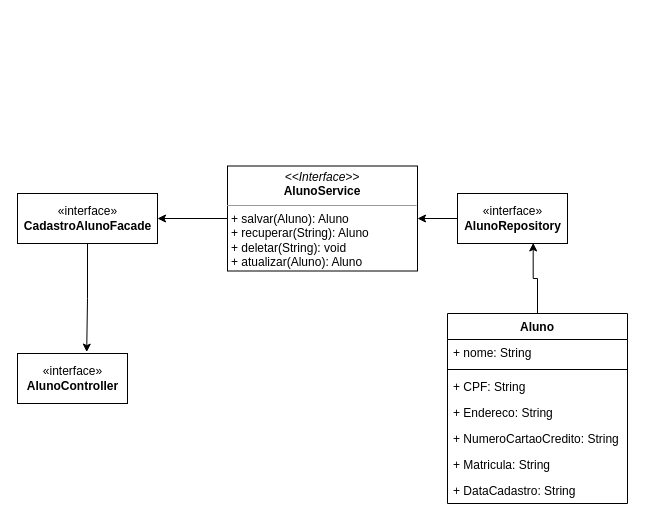
Before: docs/design/cadastrar-aluno.drawio in ronaldofarrapo/rest-api-mongodb, a draw.io diagram. Source tidied: cells renumbered, new cells numbered last; positions are measured from the earlier drawing's top-left corner, leaving out a move shared by most shapes. Both pictures are drawn from the tidied source at 100%, with x=0, y=0 at pixel (17, 165).
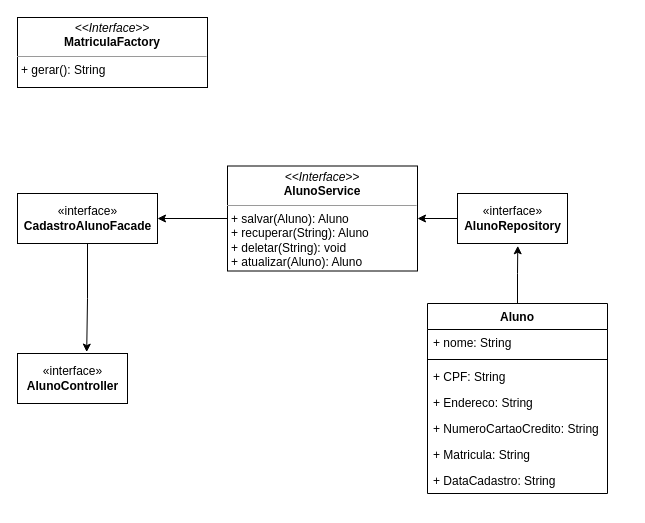
The same diagram, later.

What changed in the source:
```diff
@@
 <mxGraphModel>
   <root>
     <mxCell id="0" />
     <mxCell id="1" parent="0" />
-    <mxCell id="2" style="edgeStyle=orthogonalEdgeStyle;rounded=0;jettySize=auto;html=1;entryX=0.688;entryY=0.989;entryDx=0;entryDy=0;entryPerimeter=0;" parent="1" edge="1" source="3" target="12">
+    <mxCell id="2" style="edgeStyle=orthogonalEdgeStyle;rounded=0;jettySize=auto;html=1;entryX=0.548;entryY=1.046;entryDx=0;entryDy=0;entryPerimeter=0;" parent="1" edge="1" source="3" target="12">
       <mxGeometry relative="1" as="geometry" />
     </mxCell>
     <mxCell id="3" value="Aluno" style="swimlane;fontStyle=1;align=center;verticalAlign=top;horizontal=1;startSize=26;" parent="1" vertex="1">
-      <mxGeometry x="430" y="148" width="180" height="190" as="geometry" />
+      <mxGeometry x="410" y="138" width="180" height="190" as="geometry" />
     </mxCell>
     <mxCell id="4" value="+ nome: String" style="text;strokeColor=none;fillColor=none;align=left;verticalAlign=top;spacingLeft=4;spacingRight=4;overflow=hidden;" parent="3" vertex="1">
       <mxGeometry y="26" width="180" height="26" as="geometry" />
     </mxCell>
     <mxCell id="5" style="line;strokeWidth=1;fillColor=none;align=left;verticalAlign=middle;spacingTop=-1;spacingLeft=3;spacingRight=3;labelPosition=right;" parent="3" vertex="1">
       <mxGeometry y="52" width="180" height="8" as="geometry" />
     </mxCell>
     <mxCell id="6" value="+ CPF: String" style="text;strokeColor=none;fillColor=none;align=left;verticalAlign=top;spacingLeft=4;spacingRight=4;overflow=hidden;" parent="3" vertex="1">
       <mxGeometry y="60" width="180" height="26" as="geometry" />
     </mxCell>
     <mxCell id="7" value="+ Endereco: String" style="text;strokeColor=none;fillColor=none;align=left;verticalAlign=top;spacingLeft=4;spacingRight=4;overflow=hidden;" parent="3" vertex="1">
       <mxGeometry y="86" width="180" height="26" as="geometry" />
     </mxCell>
     <mxCell id="8" value="+ NumeroCartaoCredito: String" style="text;strokeColor=none;fillColor=none;align=left;verticalAlign=top;spacingLeft=4;spacingRight=4;overflow=hidden;" parent="3" vertex="1">
       <mxGeometry y="112" width="180" height="26" as="geometry" />
     </mxCell>
     <mxCell id="9" value="+ Matricula: String" style="text;strokeColor=none;fillColor=none;align=left;verticalAlign=top;spacingLeft=4;spacingRight=4;overflow=hidden;" parent="3" vertex="1">
       <mxGeometry y="138" width="180" height="26" as="geometry" />
     </mxCell>
     <mxCell id="10" value="+ DataCadastro: String" style="text;strokeColor=none;fillColor=none;align=left;verticalAlign=top;spacingLeft=4;spacingRight=4;overflow=hidden;" parent="3" vertex="1">
       <mxGeometry y="164" width="180" height="26" as="geometry" />
     </mxCell>
     <mxCell id="11" style="edgeStyle=orthogonalEdgeStyle;rounded=0;jettySize=auto;html=1;entryX=1;entryY=0.5;entryDx=0;entryDy=0;" parent="1" edge="1" source="12" target="17">
       <mxGeometry relative="1" as="geometry" />
     </mxCell>
     <mxCell id="12" value="«interface»&lt;br&gt;&lt;b&gt;AlunoRepository&lt;/b&gt;" style="html=1;" parent="1" vertex="1">
       <mxGeometry x="440" y="28" width="110" height="50" as="geometry" />
     </mxCell>
     <mxCell id="13" style="edgeStyle=orthogonalEdgeStyle;rounded=0;jettySize=auto;html=1;entryX=0.629;entryY=-0.028;entryDx=0;entryDy=0;entryPerimeter=0;" parent="1" edge="1" source="14" target="15">
       <mxGeometry relative="1" as="geometry" />
     </mxCell>
     <mxCell id="14" value="«interface»&lt;br&gt;&lt;b&gt;CadastroAlunoFacade&lt;/b&gt;" style="html=1;" parent="1" vertex="1">
       <mxGeometry y="28" width="140" height="50" as="geometry" />
     </mxCell>
     <mxCell id="15" value="«interface»&lt;br&gt;&lt;b&gt;AlunoController&lt;/b&gt;" style="html=1;" parent="1" vertex="1">
       <mxGeometry y="188" width="110" height="50" as="geometry" />
     </mxCell>
     <mxCell id="16" style="edgeStyle=orthogonalEdgeStyle;rounded=0;jettySize=auto;html=1;entryX=1;entryY=0.5;entryDx=0;entryDy=0;" parent="1" edge="1" source="17" target="14">
       <mxGeometry relative="1" as="geometry" />
     </mxCell>
     <mxCell id="17" value="&lt;p style=&quot;margin:0px;margin-top:4px;text-align:center;&quot;&gt;&lt;i&gt;&amp;lt;&amp;lt;Interface&amp;gt;&amp;gt;&lt;/i&gt;&lt;br&gt;&lt;b&gt;AlunoService&lt;/b&gt;&lt;/p&gt;&lt;hr size=&quot;1&quot;&gt;&lt;p style=&quot;margin:0px;margin-left:4px;&quot;&gt;&lt;/p&gt;&lt;p style=&quot;margin:0px;margin-left:4px;&quot;&gt;+ salvar(Aluno): Aluno&lt;br&gt;+ recuperar(String): Aluno&lt;/p&gt;&lt;p style=&quot;margin:0px;margin-left:4px;&quot;&gt;+ deletar(String): void&lt;br&gt;&lt;/p&gt;&lt;p style=&quot;margin:0px;margin-left:4px;&quot;&gt;+ atualizar(Aluno): Aluno&lt;br&gt;&lt;/p&gt;" style="verticalAlign=top;align=left;overflow=fill;fontSize=12;fontFamily=Helvetica;html=1;" parent="1" vertex="1">
       <mxGeometry x="210" y="0.5" width="190" height="105" as="geometry" />
     </mxCell>
+    <mxCell id="18" value="&lt;p style=&quot;margin:0px;margin-top:4px;text-align:center;&quot;&gt;&lt;i&gt;&amp;lt;&amp;lt;Interface&amp;gt;&amp;gt;&lt;/i&gt;&lt;br&gt;&lt;b&gt;MatriculaFactory&lt;/b&gt;&lt;/p&gt;&lt;hr size=&quot;1&quot;&gt;&lt;p style=&quot;margin:0px;margin-left:4px;&quot;&gt;+ gerar(): String&lt;br&gt;&lt;/p&gt;" style="verticalAlign=top;align=left;overflow=fill;fontSize=12;fontFamily=Helvetica;html=1;" parent="1" vertex="1">
+      <mxGeometry y="-148" width="190" height="70" as="geometry" />
+    </mxCell>
   </root>
 </mxGraphModel>
```
